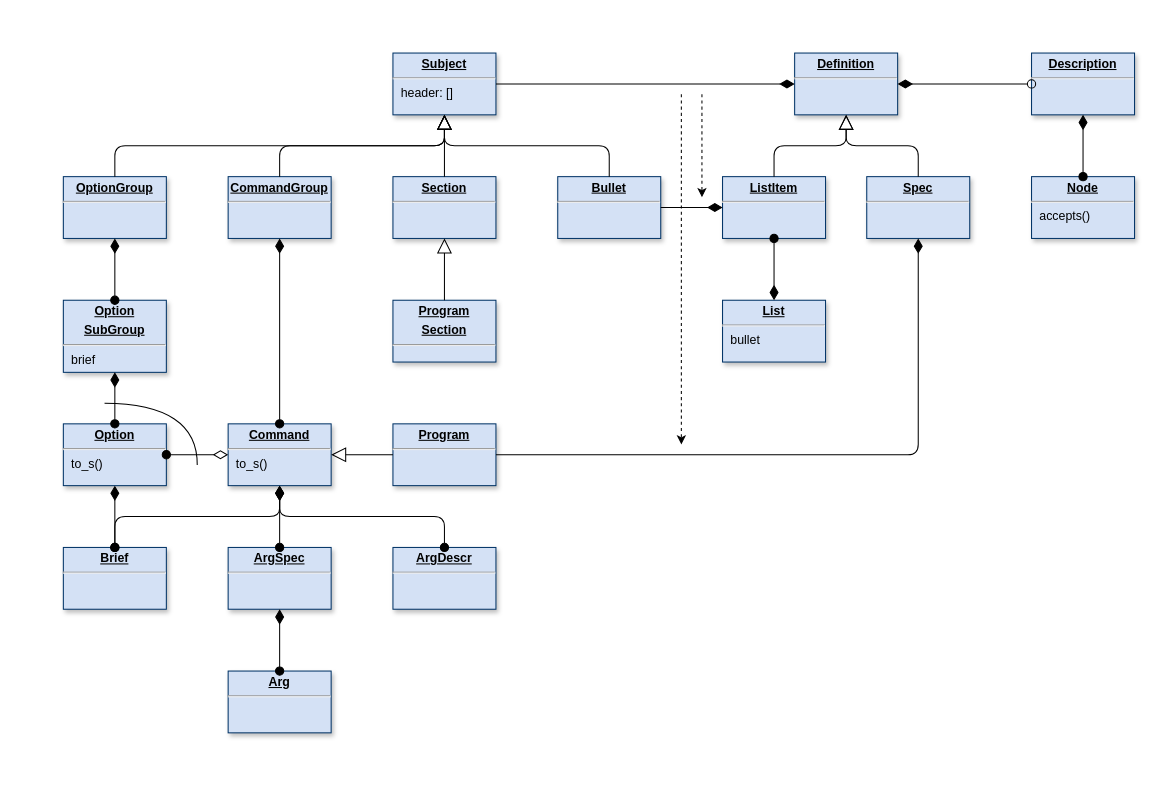
Earlier version of the draw.io diagram page "Spec" (1 of 7) of doc/diagram.drawio (clrgit/shellopts). Source tidied: cells renumbered, new cells numbered last; positions are measured from the earlier drawing's top-left corner, leaving out a move shared by most shapes. Both pictures are drawn from the tidied source at 103%, with x=0, y=0 at pixel (-30, 53).
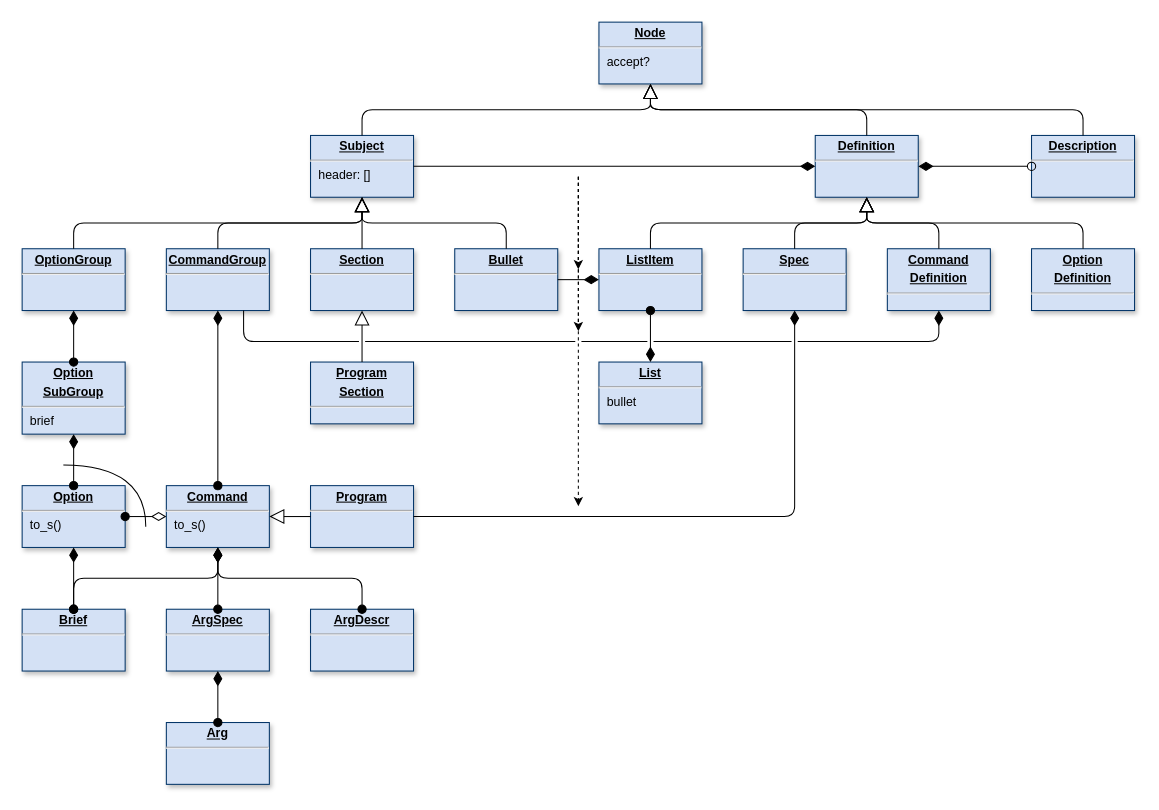
After the change.

Change to the diagram source:
```diff
@@
     <mxCell id="2" value="&lt;p style=&quot;margin: 0px ; margin-top: 4px ; text-align: center ; text-decoration: underline&quot;&gt;&lt;b&gt;Definition&lt;/b&gt;&lt;/p&gt;&lt;hr&gt;&lt;p style=&quot;margin: 0px ; margin-left: 8px&quot;&gt;&lt;br&gt;&lt;/p&gt;" style="verticalAlign=top;align=left;overflow=fill;fontSize=12;fontFamily=Helvetica;html=1;shadow=1;strokeColor=#003366;fillColor=#D4E1F5;" parent="1" vertex="1">
-      <mxGeometry x="800" width="100" height="60" as="geometry" />
+      <mxGeometry x="820" y="80" width="100" height="60" as="geometry" />
     </mxCell>
     <mxCell id="3" value="&lt;p style=&quot;margin: 0px ; margin-top: 4px ; text-align: center ; text-decoration: underline&quot;&gt;&lt;b&gt;Subject&lt;/b&gt;&lt;/p&gt;&lt;hr&gt;&lt;p style=&quot;margin: 0px ; margin-left: 8px&quot;&gt;header: []&lt;/p&gt;" style="verticalAlign=top;align=left;overflow=fill;fontSize=12;fontFamily=Helvetica;html=1;shadow=1;strokeColor=#003366;fillColor=#D4E1F5;" parent="1" vertex="1">
-      <mxGeometry x="410" width="100" height="60" as="geometry" />
+      <mxGeometry x="330" y="80" width="100" height="60" as="geometry" />
     </mxCell>
     <mxCell id="4" value="&lt;p style=&quot;margin: 0px ; margin-top: 4px ; text-align: center ; text-decoration: underline&quot;&gt;&lt;b&gt;Description&lt;/b&gt;&lt;/p&gt;&lt;hr&gt;&lt;p style=&quot;margin: 0px ; margin-left: 8px&quot;&gt;&lt;br&gt;&lt;/p&gt;" style="verticalAlign=top;align=left;overflow=fill;fontSize=12;fontFamily=Helvetica;html=1;shadow=1;strokeColor=#003366;fillColor=#D4E1F5;" parent="1" vertex="1">
-      <mxGeometry x="1030" width="100" height="60" as="geometry" />
+      <mxGeometry x="1030" y="80" width="100" height="60" as="geometry" />
     </mxCell>
     <mxCell id="5" value="&lt;p style=&quot;margin: 0px ; margin-top: 4px ; text-align: center ; text-decoration: underline&quot;&gt;&lt;b&gt;OptionGroup&lt;/b&gt;&lt;/p&gt;&lt;hr&gt;&lt;p style=&quot;margin: 0px ; margin-left: 8px&quot;&gt;&lt;br&gt;&lt;/p&gt;" style="verticalAlign=top;align=left;overflow=fill;fontSize=12;fontFamily=Helvetica;html=1;shadow=1;strokeColor=#003366;fillColor=#D4E1F5;" parent="1" vertex="1">
-      <mxGeometry x="90" y="120" width="100" height="60" as="geometry" />
+      <mxGeometry x="50" y="190" width="100" height="60" as="geometry" />
     </mxCell>
     <mxCell id="6" value="&lt;p style=&quot;margin: 0px ; margin-top: 4px ; text-align: center ; text-decoration: underline&quot;&gt;&lt;b&gt;CommandGroup&lt;/b&gt;&lt;/p&gt;&lt;hr&gt;&lt;p style=&quot;margin: 0px ; margin-left: 8px&quot;&gt;&lt;br&gt;&lt;/p&gt;" style="verticalAlign=top;align=left;overflow=fill;fontSize=12;fontFamily=Helvetica;html=1;shadow=1;strokeColor=#003366;fillColor=#D4E1F5;" parent="1" vertex="1">
-      <mxGeometry x="250" y="120" width="100" height="60" as="geometry" />
+      <mxGeometry x="190" y="190" width="100" height="60" as="geometry" />
     </mxCell>
     <mxCell id="7" value="&lt;p style=&quot;margin: 0px ; margin-top: 4px ; text-align: center ; text-decoration: underline&quot;&gt;&lt;b&gt;Section&lt;/b&gt;&lt;/p&gt;&lt;hr&gt;&lt;p style=&quot;margin: 0px ; margin-left: 8px&quot;&gt;&lt;br&gt;&lt;/p&gt;" style="verticalAlign=top;align=left;overflow=fill;fontSize=12;fontFamily=Helvetica;html=1;shadow=1;strokeColor=#003366;fillColor=#D4E1F5;" parent="1" vertex="1">
-      <mxGeometry x="410" y="120" width="100" height="60" as="geometry" />
+      <mxGeometry x="330" y="190" width="100" height="60" as="geometry" />
     </mxCell>
     <mxCell id="8" value="&lt;p style=&quot;margin: 0px ; margin-top: 4px ; text-align: center ; text-decoration: underline&quot;&gt;&lt;b&gt;List&lt;/b&gt;&lt;/p&gt;&lt;hr&gt;&lt;p style=&quot;margin: 0px ; margin-left: 8px&quot;&gt;bullet&lt;/p&gt;" style="verticalAlign=top;align=left;overflow=fill;fontSize=12;fontFamily=Helvetica;html=1;shadow=1;strokeColor=#003366;fillColor=#D4E1F5;" parent="1" vertex="1">
-      <mxGeometry x="730" y="240" width="100" height="60" as="geometry" />
+      <mxGeometry x="610" y="300" width="100" height="60" as="geometry" />
     </mxCell>
@@
     <mxCell id="11" value="&lt;p style=&quot;margin: 0px ; margin-top: 4px ; text-align: center ; text-decoration: underline&quot;&gt;&lt;b&gt;Option&lt;/b&gt;&lt;/p&gt;&lt;hr&gt;&lt;p style=&quot;margin: 0px ; margin-left: 8px&quot;&gt;to_s()&lt;/p&gt;" style="verticalAlign=top;align=left;overflow=fill;fontSize=12;fontFamily=Helvetica;html=1;shadow=1;strokeColor=#003366;fillColor=#D4E1F5;" parent="1" vertex="1">
-      <mxGeometry x="90" y="360" width="100" height="60" as="geometry" />
+      <mxGeometry x="50" y="420" width="100" height="60" as="geometry" />
     </mxCell>
     <mxCell id="12" value="&lt;p style=&quot;margin: 0px ; margin-top: 4px ; text-align: center ; text-decoration: underline&quot;&gt;&lt;b&gt;Command&lt;/b&gt;&lt;/p&gt;&lt;hr&gt;&lt;p style=&quot;margin: 0px ; margin-left: 8px&quot;&gt;to_s()&lt;/p&gt;" style="verticalAlign=top;align=left;overflow=fill;fontSize=12;fontFamily=Helvetica;html=1;shadow=1;strokeColor=#003366;fillColor=#D4E1F5;" parent="1" vertex="1">
-      <mxGeometry x="250" y="360" width="100" height="60" as="geometry" />
+      <mxGeometry x="190" y="420" width="100" height="60" as="geometry" />
     </mxCell>
     <mxCell id="13" style="endArrow=diamondThin;endFill=0;endSize=12;html=1;edgeStyle=elbowEdgeStyle;labelBackgroundColor=#FFFFFF;startSize=8;startArrow=oval;startFill=1;" parent="1" edge="1" source="11" target="12">
       <mxGeometry relative="1" as="geometry">
         <Array as="points">
-          <mxPoint x="230" y="390" />
-          <mxPoint x="230" y="300" />
+          <mxPoint x="190" y="450" />
+          <mxPoint x="190" y="360" />
         </Array>
       </mxGeometry>
     </mxCell>
     <mxCell id="14" value="&lt;p style=&quot;margin: 0px ; margin-top: 4px ; text-align: center ; text-decoration: underline&quot;&gt;&lt;b&gt;Brief&lt;/b&gt;&lt;/p&gt;&lt;hr&gt;&lt;p style=&quot;margin: 0px ; margin-left: 8px&quot;&gt;&lt;br&gt;&lt;/p&gt;" style="verticalAlign=top;align=left;overflow=fill;fontSize=12;fontFamily=Helvetica;html=1;shadow=1;strokeColor=#003366;fillColor=#D4E1F5;" parent="1" vertex="1">
-      <mxGeometry x="90" y="480" width="100" height="60" as="geometry" />
+      <mxGeometry x="50" y="540" width="100" height="60" as="geometry" />
     </mxCell>
     <mxCell id="15" value="&lt;p style=&quot;margin: 0px ; margin-top: 4px ; text-align: center ; text-decoration: underline&quot;&gt;&lt;b&gt;ArgSpec&lt;/b&gt;&lt;/p&gt;&lt;hr&gt;&lt;p style=&quot;margin: 0px ; margin-left: 8px&quot;&gt;&lt;br&gt;&lt;/p&gt;" style="verticalAlign=top;align=left;overflow=fill;fontSize=12;fontFamily=Helvetica;html=1;shadow=1;strokeColor=#003366;fillColor=#D4E1F5;" parent="1" vertex="1">
-      <mxGeometry x="250" y="480" width="100" height="60" as="geometry" />
+      <mxGeometry x="190" y="540" width="100" height="60" as="geometry" />
     </mxCell>
     <mxCell id="16" value="&lt;p style=&quot;margin: 0px ; margin-top: 4px ; text-align: center ; text-decoration: underline&quot;&gt;&lt;b&gt;ArgDescr&lt;/b&gt;&lt;/p&gt;&lt;hr&gt;&lt;p style=&quot;margin: 0px ; margin-left: 8px&quot;&gt;&lt;br&gt;&lt;/p&gt;" style="verticalAlign=top;align=left;overflow=fill;fontSize=12;fontFamily=Helvetica;html=1;shadow=1;strokeColor=#003366;fillColor=#D4E1F5;" parent="1" vertex="1">
-      <mxGeometry x="410" y="480" width="100" height="60" as="geometry" />
+      <mxGeometry x="330" y="540" width="100" height="60" as="geometry" />
     </mxCell>
     <mxCell id="17" value="&lt;p style=&quot;margin: 0px ; margin-top: 4px ; text-align: center ; text-decoration: underline&quot;&gt;&lt;b&gt;Arg&lt;/b&gt;&lt;/p&gt;&lt;hr&gt;&lt;p style=&quot;margin: 0px ; margin-left: 8px&quot;&gt;&lt;br&gt;&lt;/p&gt;" style="verticalAlign=top;align=left;overflow=fill;fontSize=12;fontFamily=Helvetica;html=1;shadow=1;strokeColor=#003366;fillColor=#D4E1F5;" parent="1" vertex="1">
-      <mxGeometry x="250" y="600" width="100" height="60" as="geometry" />
+      <mxGeometry x="190" y="650" width="100" height="60" as="geometry" />
     </mxCell>
@@
     <mxCell id="23" value="&lt;p style=&quot;margin: 0px ; margin-top: 4px ; text-align: center ; text-decoration: underline&quot;&gt;&lt;b&gt;Program&lt;/b&gt;&lt;/p&gt;&lt;p style=&quot;margin: 0px ; margin-top: 4px ; text-align: center ; text-decoration: underline&quot;&gt;&lt;b&gt;Section&lt;/b&gt;&lt;/p&gt;&lt;hr&gt;&lt;p style=&quot;margin: 0px ; margin-left: 8px&quot;&gt;&lt;br&gt;&lt;/p&gt;" style="verticalAlign=top;align=left;overflow=fill;fontSize=12;fontFamily=Helvetica;html=1;shadow=1;strokeColor=#003366;fillColor=#D4E1F5;" parent="1" vertex="1">
-      <mxGeometry x="410" y="240" width="100" height="60" as="geometry" />
+      <mxGeometry x="330" y="300" width="100" height="60" as="geometry" />
     </mxCell>
     <mxCell id="24" value="&lt;p style=&quot;margin: 0px ; margin-top: 4px ; text-align: center ; text-decoration: underline&quot;&gt;&lt;b&gt;Spec&lt;/b&gt;&lt;/p&gt;&lt;hr&gt;&lt;p style=&quot;margin: 0px ; margin-left: 8px&quot;&gt;&lt;br&gt;&lt;/p&gt;" style="verticalAlign=top;align=left;overflow=fill;fontSize=12;fontFamily=Helvetica;html=1;shadow=1;strokeColor=#003366;fillColor=#D4E1F5;" parent="1" vertex="1">
-      <mxGeometry x="870" y="120" width="100" height="60" as="geometry" />
+      <mxGeometry x="750" y="190" width="100" height="60" as="geometry" />
     </mxCell>
     <mxCell id="25" value="&lt;p style=&quot;margin: 0px ; margin-top: 4px ; text-align: center ; text-decoration: underline&quot;&gt;&lt;b&gt;ListItem&lt;/b&gt;&lt;/p&gt;&lt;hr&gt;&lt;p style=&quot;margin: 0px ; margin-left: 8px&quot;&gt;&lt;br&gt;&lt;/p&gt;" style="verticalAlign=top;align=left;overflow=fill;fontSize=12;fontFamily=Helvetica;html=1;shadow=1;strokeColor=#003366;fillColor=#D4E1F5;" parent="1" vertex="1">
-      <mxGeometry x="730" y="120" width="100" height="60" as="geometry" />
+      <mxGeometry x="610" y="190" width="100" height="60" as="geometry" />
     </mxCell>
@@
     <mxCell id="27" value="&lt;p style=&quot;margin: 0px ; margin-top: 4px ; text-align: center ; text-decoration: underline&quot;&gt;&lt;b&gt;Bullet&lt;/b&gt;&lt;/p&gt;&lt;hr&gt;&lt;p style=&quot;margin: 0px ; margin-left: 8px&quot;&gt;&lt;br&gt;&lt;/p&gt;" style="verticalAlign=top;align=left;overflow=fill;fontSize=12;fontFamily=Helvetica;html=1;shadow=1;strokeColor=#003366;fillColor=#D4E1F5;" parent="1" vertex="1">
-      <mxGeometry x="570" y="120" width="100" height="60" as="geometry" />
+      <mxGeometry x="470" y="190" width="100" height="60" as="geometry" />
     </mxCell>
-    <mxCell id="28" value="&lt;p style=&quot;margin: 0px ; margin-top: 4px ; text-align: center ; text-decoration: underline&quot;&gt;&lt;b&gt;Node&lt;/b&gt;&lt;/p&gt;&lt;hr&gt;&lt;p style=&quot;margin: 0px ; margin-left: 8px&quot;&gt;accepts()&lt;/p&gt;" style="verticalAlign=top;align=left;overflow=fill;fontSize=12;fontFamily=Helvetica;html=1;shadow=1;strokeColor=#003366;fillColor=#D4E1F5;" parent="1" vertex="1">
-      <mxGeometry x="1030" y="120" width="100" height="60" as="geometry" />
-    </mxCell>
     <mxCell id="29" value="&lt;p style=&quot;margin: 0px ; margin-top: 4px ; text-align: center ; text-decoration: underline&quot;&gt;&lt;b&gt;Option&lt;/b&gt;&lt;/p&gt;&lt;p style=&quot;margin: 0px ; margin-top: 4px ; text-align: center ; text-decoration: underline&quot;&gt;&lt;b&gt;SubGroup&lt;/b&gt;&lt;/p&gt;&lt;hr&gt;&lt;p style=&quot;margin: 0px ; margin-left: 8px&quot;&gt;brief&lt;/p&gt;" style="verticalAlign=top;align=left;overflow=fill;fontSize=12;fontFamily=Helvetica;html=1;shadow=1;strokeColor=#003366;fillColor=#D4E1F5;" parent="1" vertex="1">
-      <mxGeometry x="90" y="240" width="100" height="70" as="geometry" />
+      <mxGeometry x="50" y="300" width="100" height="70" as="geometry" />
     </mxCell>
     <mxCell id="30" style="endArrow=diamondThin;endFill=1;endSize=12;html=1;edgeStyle=elbowEdgeStyle;labelBackgroundColor=#FFFFFF;startSize=8;startArrow=oval;startFill=1;elbow=vertical;" parent="1" edge="1" source="29" target="5">
       <mxGeometry relative="1" as="geometry">
         <Array as="points">
-          <mxPoint x="140" y="190" />
-          <mxPoint x="60" y="150" />
+          <mxPoint x="100" y="270" />
+          <mxPoint x="20" y="230" />
         </Array>
       </mxGeometry>
     </mxCell>
     <mxCell id="31" style="endArrow=diamondThin;endFill=1;endSize=12;html=1;edgeStyle=elbowEdgeStyle;labelBackgroundColor=#FFFFFF;startSize=8;startArrow=oval;startFill=1;elbow=vertical;" parent="1" edge="1" source="11" target="29">
       <mxGeometry relative="1" as="geometry">
         <Array as="points">
-          <mxPoint x="140" y="340" />
-          <mxPoint y="280" />
-          <mxPoint x="60" y="270" />
-          <mxPoint y="210" />
+          <mxPoint x="100" y="410" />
+          <mxPoint x="-40" y="350" />
+          <mxPoint x="20" y="340" />
+          <mxPoint x="-40" y="280" />
         </Array>
       </mxGeometry>
     </mxCell>
@@
     <mxCell id="38" style="endArrow=classic;html=1;dashed=1;" parent="1" edge="1">
       <mxGeometry relative="1" as="geometry">
-        <mxPoint x="710" y="40" as="sourcePoint" />
-        <mxPoint x="710" y="140" as="targetPoint" />
+        <mxPoint x="590" y="120" as="sourcePoint" />
+        <mxPoint x="590" y="210" as="targetPoint" />
       </mxGeometry>
     </mxCell>
     <mxCell id="39" style="endArrow=classic;html=1;dashed=1;" parent="1" edge="1">
       <mxGeometry relative="1" as="geometry">
-        <mxPoint x="690" y="40" as="sourcePoint" />
-        <mxPoint x="690" y="380" as="targetPoint" />
+        <mxPoint x="590" y="120" as="sourcePoint" />
+        <mxPoint x="590" y="440" as="targetPoint" />
       </mxGeometry>
     </mxCell>
@@
-    <mxCell id="42" style="endArrow=diamondThin;endFill=1;endSize=12;html=1;edgeStyle=elbowEdgeStyle;labelBackgroundColor=#FFFFFF;startSize=8;startArrow=oval;startFill=1;elbow=vertical;" parent="1" edge="1" source="28" target="4">
-      <mxGeometry relative="1" as="geometry" />
-    </mxCell>
@@
     <mxCell id="44" style="endArrow=none;html=1;edgeStyle=orthogonalEdgeStyle;curved=1;" parent="1" edge="1">
       <mxGeometry relative="1" as="geometry">
-        <mxPoint x="130" y="340" as="sourcePoint" />
-        <mxPoint x="220" y="400" as="targetPoint" />
+        <mxPoint x="90" y="400" as="sourcePoint" />
+        <mxPoint x="170" y="460" as="targetPoint" />
       </mxGeometry>
     </mxCell>
     <mxCell id="45" value="&lt;p style=&quot;margin: 0px ; margin-top: 4px ; text-align: center ; text-decoration: underline&quot;&gt;&lt;b&gt;Program&lt;/b&gt;&lt;/p&gt;&lt;hr&gt;&lt;p style=&quot;margin: 0px ; margin-left: 8px&quot;&gt;&lt;br&gt;&lt;/p&gt;" style="verticalAlign=top;align=left;overflow=fill;fontSize=12;fontFamily=Helvetica;html=1;shadow=1;strokeColor=#003366;fillColor=#D4E1F5;" parent="1" vertex="1">
-      <mxGeometry x="410" y="360" width="100" height="60" as="geometry" />
+      <mxGeometry x="330" y="420" width="100" height="60" as="geometry" />
     </mxCell>
     <mxCell id="46" style="endArrow=diamondThin;endFill=1;endSize=12;html=1;edgeStyle=orthogonalEdgeStyle;labelBackgroundColor=#FFFFFF;startSize=8;startArrow=none;startFill=0;elbow=vertical;" parent="1" edge="1" source="45" target="24">
       <mxGeometry relative="1" as="geometry">
         <Array as="points">
-          <mxPoint x="920" y="390" />
+          <mxPoint x="800" y="450" />
         </Array>
       </mxGeometry>
     </mxCell>
@@
+    <mxCell id="48" value="&lt;p style=&quot;margin: 0px ; margin-top: 4px ; text-align: center ; text-decoration: underline&quot;&gt;&lt;b&gt;Command&lt;/b&gt;&lt;/p&gt;&lt;p style=&quot;margin: 0px ; margin-top: 4px ; text-align: center ; text-decoration: underline&quot;&gt;&lt;b&gt;Definition&lt;/b&gt;&lt;/p&gt;&lt;hr&gt;&lt;p style=&quot;margin: 0px ; margin-left: 8px&quot;&gt;&lt;br&gt;&lt;/p&gt;" style="verticalAlign=top;align=left;overflow=fill;fontSize=12;fontFamily=Helvetica;html=1;shadow=1;strokeColor=#003366;fillColor=#D4E1F5;" parent="1" vertex="1">
+      <mxGeometry x="890" y="190" width="100" height="60" as="geometry" />
+    </mxCell>
+    <mxCell id="49" value="&lt;p style=&quot;margin: 0px ; margin-top: 4px ; text-align: center ; text-decoration: underline&quot;&gt;&lt;b&gt;Option&lt;/b&gt;&lt;/p&gt;&lt;p style=&quot;margin: 0px ; margin-top: 4px ; text-align: center ; text-decoration: underline&quot;&gt;&lt;b&gt;Definition&lt;/b&gt;&lt;/p&gt;&lt;hr&gt;&lt;p style=&quot;margin: 0px ; margin-left: 8px&quot;&gt;&lt;br&gt;&lt;/p&gt;" style="verticalAlign=top;align=left;overflow=fill;fontSize=12;fontFamily=Helvetica;html=1;shadow=1;strokeColor=#003366;fillColor=#D4E1F5;" parent="1" vertex="1">
+      <mxGeometry x="1030" y="190" width="100" height="60" as="geometry" />
+    </mxCell>
+    <mxCell id="50" style="endArrow=block;endFill=0;endSize=12;html=1;labelBackgroundColor=#FFFFFF;elbow=vertical;edgeStyle=elbowEdgeStyle;" parent="1" edge="1" source="48" target="2">
+      <mxGeometry relative="1" as="geometry" />
+    </mxCell>
+    <mxCell id="51" style="endArrow=diamondThin;endFill=1;endSize=12;html=1;edgeStyle=elbowEdgeStyle;labelBackgroundColor=#FFFFFF;startSize=8;startArrow=none;startFill=0;elbow=vertical;exitX=0.75;exitY=1;exitDx=0;exitDy=0;jumpStyle=gap;" parent="1" edge="1" source="6" target="48">
+      <mxGeometry relative="1" as="geometry">
+        <Array as="points">
+          <mxPoint x="860" y="280" />
+          <mxPoint x="790" y="290" />
+          <mxPoint x="450" y="300" />
+        </Array>
+      </mxGeometry>
+    </mxCell>
+    <mxCell id="52" style="endArrow=classic;html=1;dashed=1;" parent="1" edge="1">
+      <mxGeometry relative="1" as="geometry">
+        <mxPoint x="590" y="120" as="sourcePoint" />
+        <mxPoint x="590" y="270" as="targetPoint" />
+      </mxGeometry>
+    </mxCell>
+    <mxCell id="53" style="endArrow=block;endFill=0;endSize=12;html=1;labelBackgroundColor=#FFFFFF;elbow=vertical;edgeStyle=elbowEdgeStyle;" parent="1" edge="1" source="49" target="2">
+      <mxGeometry relative="1" as="geometry" />
+    </mxCell>
+    <mxCell id="54" value="&lt;p style=&quot;margin: 0px ; margin-top: 4px ; text-align: center ; text-decoration: underline&quot;&gt;&lt;b&gt;Node&lt;/b&gt;&lt;/p&gt;&lt;hr&gt;&lt;p style=&quot;margin: 0px ; margin-left: 8px&quot;&gt;accept?&lt;/p&gt;" style="verticalAlign=top;align=left;overflow=fill;fontSize=12;fontFamily=Helvetica;html=1;shadow=1;strokeColor=#003366;fillColor=#D4E1F5;" parent="1" vertex="1">
+      <mxGeometry x="610" y="-30" width="100" height="60" as="geometry" />
+    </mxCell>
+    <mxCell id="55" style="endArrow=block;endFill=0;endSize=12;html=1;labelBackgroundColor=#FFFFFF;elbow=vertical;edgeStyle=elbowEdgeStyle;" parent="1" edge="1" source="3" target="54">
+      <mxGeometry relative="1" as="geometry" />
+    </mxCell>
+    <mxCell id="56" style="endArrow=block;endFill=0;endSize=12;html=1;labelBackgroundColor=#FFFFFF;elbow=vertical;edgeStyle=elbowEdgeStyle;" parent="1" edge="1" source="2" target="54">
+      <mxGeometry relative="1" as="geometry" />
+    </mxCell>
+    <mxCell id="57" style="endArrow=block;endFill=0;endSize=12;html=1;labelBackgroundColor=#FFFFFF;elbow=vertical;edgeStyle=elbowEdgeStyle;" parent="1" edge="1" source="4" target="54">
+      <mxGeometry relative="1" as="geometry" />
+    </mxCell>
```
